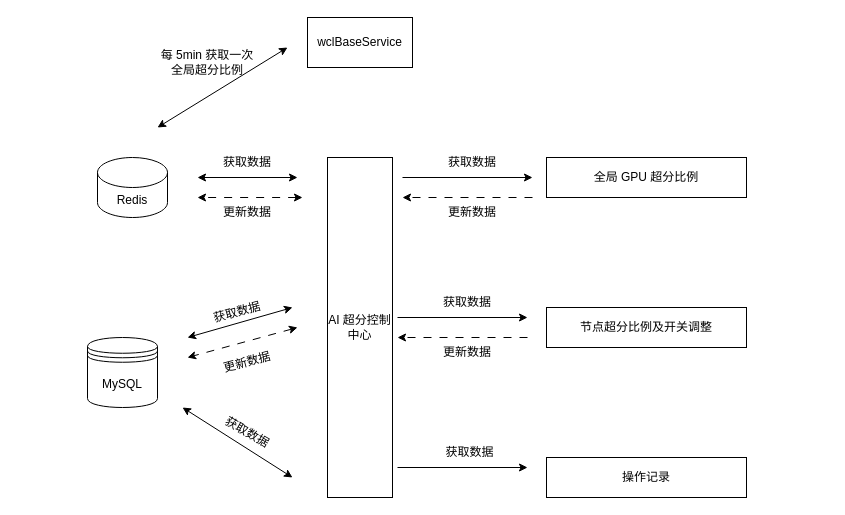
Earlier version of the draw.io diagram AI 超分管理后台.drawio (cityofwang/beats). Source tidied: cells renumbered, new cells numbered last; positions are measured from the earlier drawing's top-left corner, leaving out a move shared by most shapes. Both pictures are drawn from the tidied source at 100%, with x=0, y=0 at pixel (87, 17).
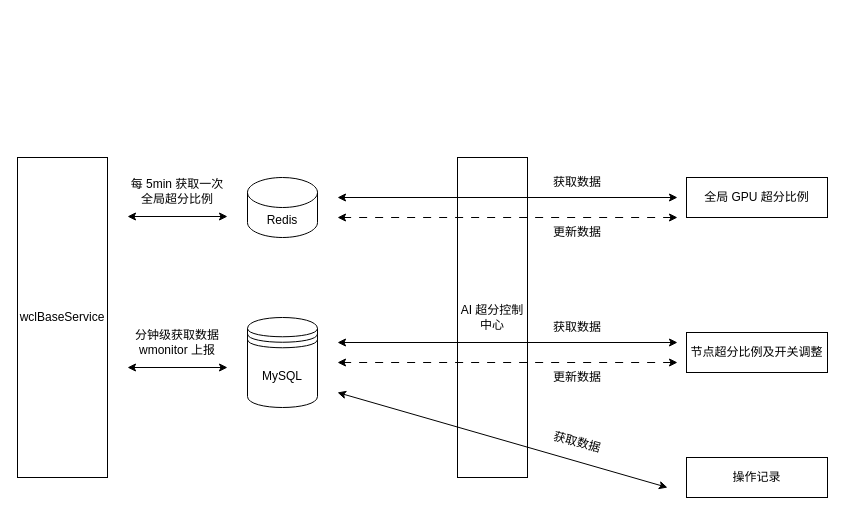
After the change.

Commit message:
AI 超分管理后台.drawio

The edit, as a diff of the source:
```diff
@@
     <mxCell id="2" value="全局 GPU 超分比例" style="rounded=0;whiteSpace=wrap;html=1;" parent="1" vertex="1">
-      <mxGeometry x="459" y="140" width="200" height="40" as="geometry" />
+      <mxGeometry x="599" y="160" width="141" height="40" as="geometry" />
     </mxCell>
-    <mxCell id="3" style="endArrow=classic;html=1;rounded=0;" parent="1" edge="1">
-      <mxGeometry relative="1" as="geometry">
-        <mxPoint x="315" y="160" as="sourcePoint" />
-        <mxPoint x="445" y="160" as="targetPoint" />
-      </mxGeometry>
-    </mxCell>
     <mxCell id="4" value="Redis" style="shape=cylinder3;whiteSpace=wrap;html=1;boundedLbl=1;backgroundOutline=1;size=15;" parent="1" vertex="1">
-      <mxGeometry x="10" y="140" width="70" height="60" as="geometry" />
+      <mxGeometry x="160" y="160" width="70" height="60" as="geometry" />
     </mxCell>
-    <mxCell id="5" value="获取数据" style="text;html=1;whiteSpace=wrap;strokeColor=none;fillColor=none;align=center;verticalAlign=middle;rounded=0;" parent="1" vertex="1">
-      <mxGeometry x="355" y="130" width="60" height="30" as="geometry" />
-    </mxCell>
-    <mxCell id="6" style="endArrow=classic;html=1;rounded=0;exitX=1;exitY=0.75;exitDx=0;exitDy=0;dashed=1;dashPattern=8 8;" parent="1" edge="1">
-      <mxGeometry relative="1" as="geometry">
-        <mxPoint x="445" y="180" as="sourcePoint" />
-        <mxPoint x="315" y="180" as="targetPoint" />
-      </mxGeometry>
-    </mxCell>
-    <mxCell id="7" value="更新数据" style="text;html=1;whiteSpace=wrap;strokeColor=none;fillColor=none;align=center;verticalAlign=middle;rounded=0;" parent="1" vertex="1">
-      <mxGeometry x="355" y="180" width="60" height="30" as="geometry" />
-    </mxCell>
     <mxCell id="8" value="AI 超分控制中心" style="rounded=0;whiteSpace=wrap;html=1;" parent="1" vertex="1">
-      <mxGeometry x="240" y="140" width="65" height="340" as="geometry" />
+      <mxGeometry x="370" y="140" width="70" height="320" as="geometry" />
     </mxCell>
     <mxCell id="9" value="更新数据" style="text;html=1;whiteSpace=wrap;strokeColor=none;fillColor=none;align=center;verticalAlign=middle;rounded=0;" parent="1" vertex="1">
-      <mxGeometry x="130" y="180" width="60" height="30" as="geometry" />
+      <mxGeometry x="460" y="200" width="60" height="30" as="geometry" />
     </mxCell>
     <mxCell id="10" value="获取数据" style="text;html=1;whiteSpace=wrap;strokeColor=none;fillColor=none;align=center;verticalAlign=middle;rounded=0;" parent="1" vertex="1">
-      <mxGeometry x="130" y="130" width="60" height="30" as="geometry" />
+      <mxGeometry x="460" y="150" width="60" height="30" as="geometry" />
     </mxCell>
     <mxCell id="11" style="endArrow=classic;startArrow=classic;html=1;rounded=0;" parent="1" edge="1">
       <mxGeometry relative="1" as="geometry">
-        <mxPoint x="210" y="160" as="sourcePoint" />
-        <mxPoint x="110" y="160" as="targetPoint" />
+        <mxPoint x="590" y="180" as="sourcePoint" />
+        <mxPoint x="250" y="180" as="targetPoint" />
       </mxGeometry>
     </mxCell>
     <mxCell id="12" style="endArrow=classic;startArrow=classic;html=1;rounded=0;dashed=1;dashPattern=8 8;" parent="1" edge="1">
       <mxGeometry relative="1" as="geometry">
-        <mxPoint x="215" y="180" as="sourcePoint" />
-        <mxPoint x="110" y="180" as="targetPoint" />
+        <mxPoint x="590" y="200" as="sourcePoint" />
+        <mxPoint x="250" y="200" as="targetPoint" />
       </mxGeometry>
     </mxCell>
     <mxCell id="13" value="节点超分比例及开关调整" style="rounded=0;whiteSpace=wrap;html=1;" parent="1" vertex="1">
-      <mxGeometry x="459" y="290" width="200" height="40" as="geometry" />
+      <mxGeometry x="599" y="315" width="141" height="40" as="geometry" />
     </mxCell>
-    <mxCell id="14" style="endArrow=classic;html=1;rounded=0;" parent="1" edge="1">
-      <mxGeometry relative="1" as="geometry">
-        <mxPoint x="310" y="300" as="sourcePoint" />
-        <mxPoint x="440" y="300" as="targetPoint" />
-      </mxGeometry>
-    </mxCell>
-    <mxCell id="15" value="获取数据" style="text;html=1;whiteSpace=wrap;strokeColor=none;fillColor=none;align=center;verticalAlign=middle;rounded=0;" parent="1" vertex="1">
-      <mxGeometry x="350" y="270" width="60" height="30" as="geometry" />
-    </mxCell>
-    <mxCell id="16" style="endArrow=classic;html=1;rounded=0;exitX=1;exitY=0.75;exitDx=0;exitDy=0;dashed=1;dashPattern=8 8;" parent="1" edge="1">
-      <mxGeometry relative="1" as="geometry">
-        <mxPoint x="440" y="320" as="sourcePoint" />
-        <mxPoint x="310" y="320" as="targetPoint" />
-      </mxGeometry>
-    </mxCell>
-    <mxCell id="17" value="更新数据" style="text;html=1;whiteSpace=wrap;strokeColor=none;fillColor=none;align=center;verticalAlign=middle;rounded=0;" parent="1" vertex="1">
-      <mxGeometry x="350" y="320" width="60" height="30" as="geometry" />
-    </mxCell>
-    <mxCell id="18" value="更新数据" style="text;html=1;whiteSpace=wrap;strokeColor=none;fillColor=none;align=center;verticalAlign=middle;rounded=0;rotation=-15;" parent="1" vertex="1">
-      <mxGeometry x="130" y="330" width="60" height="30" as="geometry" />
-    </mxCell>
-    <mxCell id="19" value="获取数据" style="text;html=1;whiteSpace=wrap;strokeColor=none;fillColor=none;align=center;verticalAlign=middle;rounded=0;rotation=-15;" parent="1" vertex="1">
-      <mxGeometry x="120" y="280" width="60" height="30" as="geometry" />
-    </mxCell>
-    <mxCell id="20" style="endArrow=classic;startArrow=classic;html=1;rounded=0;" parent="1" edge="1">
-      <mxGeometry relative="1" as="geometry">
-        <mxPoint x="205" y="290" as="sourcePoint" />
-        <mxPoint x="100" y="320" as="targetPoint" />
-      </mxGeometry>
-    </mxCell>
-    <mxCell id="21" style="endArrow=classic;startArrow=classic;html=1;rounded=0;dashed=1;dashPattern=8 8;" parent="1" edge="1">
-      <mxGeometry relative="1" as="geometry">
-        <mxPoint x="210" y="310" as="sourcePoint" />
-        <mxPoint x="100" y="340" as="targetPoint" />
-      </mxGeometry>
-    </mxCell>
     <mxCell id="22" value="MySQL" style="shape=datastore;whiteSpace=wrap;html=1;" parent="1" vertex="1">
-      <mxGeometry y="320" width="70" height="70" as="geometry" />
+      <mxGeometry x="160" y="300" width="70" height="90" as="geometry" />
     </mxCell>
     <mxCell id="23" value="操作记录" style="rounded=0;whiteSpace=wrap;html=1;" parent="1" vertex="1">
-      <mxGeometry x="459" y="440" width="200" height="40" as="geometry" />
+      <mxGeometry x="599" y="440" width="141" height="40" as="geometry" />
     </mxCell>
-    <mxCell id="24" style="endArrow=classic;html=1;rounded=0;" parent="1" edge="1">
-      <mxGeometry relative="1" as="geometry">
-        <mxPoint x="310" y="450" as="sourcePoint" />
-        <mxPoint x="440" y="450" as="targetPoint" />
-      </mxGeometry>
-    </mxCell>
-    <mxCell id="25" value="获取数据" style="text;html=1;whiteSpace=wrap;strokeColor=none;fillColor=none;align=center;verticalAlign=middle;rounded=0;" parent="1" vertex="1">
-      <mxGeometry x="350" y="420" width="65" height="30" as="geometry" />
-    </mxCell>
-    <mxCell id="26" value="获取数据" style="text;html=1;whiteSpace=wrap;strokeColor=none;fillColor=none;align=center;verticalAlign=middle;rounded=0;rotation=30;" parent="1" vertex="1">
-      <mxGeometry x="130" y="400" width="60" height="30" as="geometry" />
-    </mxCell>
-    <mxCell id="27" style="endArrow=classic;startArrow=classic;html=1;rounded=0;" parent="1" edge="1">
-      <mxGeometry relative="1" as="geometry">
-        <mxPoint x="205" y="460" as="sourcePoint" />
-        <mxPoint x="95" y="390" as="targetPoint" />
-      </mxGeometry>
-    </mxCell>
     <mxCell id="28" value="wclBaseService" style="rounded=0;whiteSpace=wrap;html=1;" parent="1" vertex="1">
-      <mxGeometry x="220" width="105" height="50" as="geometry" />
+      <mxGeometry x="-70" y="140" width="90" height="320" as="geometry" />
     </mxCell>
     <mxCell id="29" style="endArrow=classic;startArrow=classic;html=1;rounded=0;" parent="1" edge="1">
       <mxGeometry relative="1" as="geometry">
-        <mxPoint x="200" y="30" as="sourcePoint" />
-        <mxPoint x="70" y="110" as="targetPoint" />
+        <mxPoint x="140" y="199" as="sourcePoint" />
+        <mxPoint x="40" y="199" as="targetPoint" />
       </mxGeometry>
     </mxCell>
     <mxCell id="30" value="每 5min 获取一次全局超分比例" style="text;html=1;whiteSpace=wrap;strokeColor=none;fillColor=none;align=center;verticalAlign=middle;rounded=0;rotation=0;" parent="1" vertex="1">
-      <mxGeometry x="70" y="30" width="100" height="30" as="geometry" />
+      <mxGeometry x="40" y="159" width="100" height="30" as="geometry" />
     </mxCell>
+    <mxCell id="31" style="endArrow=classic;startArrow=classic;html=1;rounded=0;" parent="1" edge="1">
+      <mxGeometry relative="1" as="geometry">
+        <mxPoint x="140" y="350" as="sourcePoint" />
+        <mxPoint x="40" y="350" as="targetPoint" />
+      </mxGeometry>
+    </mxCell>
+    <mxCell id="32" value="分钟级获取数据 wmonitor 上报" style="text;html=1;whiteSpace=wrap;strokeColor=none;fillColor=none;align=center;verticalAlign=middle;rounded=0;" parent="1" vertex="1">
+      <mxGeometry x="45" y="310" width="90" height="30" as="geometry" />
+    </mxCell>
+    <mxCell id="33" value="更新数据" style="text;html=1;whiteSpace=wrap;strokeColor=none;fillColor=none;align=center;verticalAlign=middle;rounded=0;" parent="1" vertex="1">
+      <mxGeometry x="460" y="345" width="60" height="30" as="geometry" />
+    </mxCell>
+    <mxCell id="34" value="获取数据" style="text;html=1;whiteSpace=wrap;strokeColor=none;fillColor=none;align=center;verticalAlign=middle;rounded=0;" parent="1" vertex="1">
+      <mxGeometry x="460" y="295" width="60" height="30" as="geometry" />
+    </mxCell>
+    <mxCell id="35" style="endArrow=classic;startArrow=classic;html=1;rounded=0;" parent="1" edge="1">
+      <mxGeometry relative="1" as="geometry">
+        <mxPoint x="590" y="325" as="sourcePoint" />
+        <mxPoint x="250" y="325" as="targetPoint" />
+      </mxGeometry>
+    </mxCell>
+    <mxCell id="36" style="endArrow=classic;startArrow=classic;html=1;rounded=0;dashed=1;dashPattern=8 8;" parent="1" edge="1">
+      <mxGeometry relative="1" as="geometry">
+        <mxPoint x="590" y="345" as="sourcePoint" />
+        <mxPoint x="250" y="345" as="targetPoint" />
+      </mxGeometry>
+    </mxCell>
+    <mxCell id="37" style="endArrow=classic;startArrow=classic;html=1;rounded=0;" parent="1" edge="1">
+      <mxGeometry relative="1" as="geometry">
+        <mxPoint x="580" y="470" as="sourcePoint" />
+        <mxPoint x="250" y="375" as="targetPoint" />
+      </mxGeometry>
+    </mxCell>
+    <mxCell id="38" value="获取数据" style="text;html=1;whiteSpace=wrap;strokeColor=none;fillColor=none;align=center;verticalAlign=middle;rounded=0;rotation=15;" parent="1" vertex="1">
+      <mxGeometry x="460" y="410" width="60" height="30" as="geometry" />
+    </mxCell>
```
